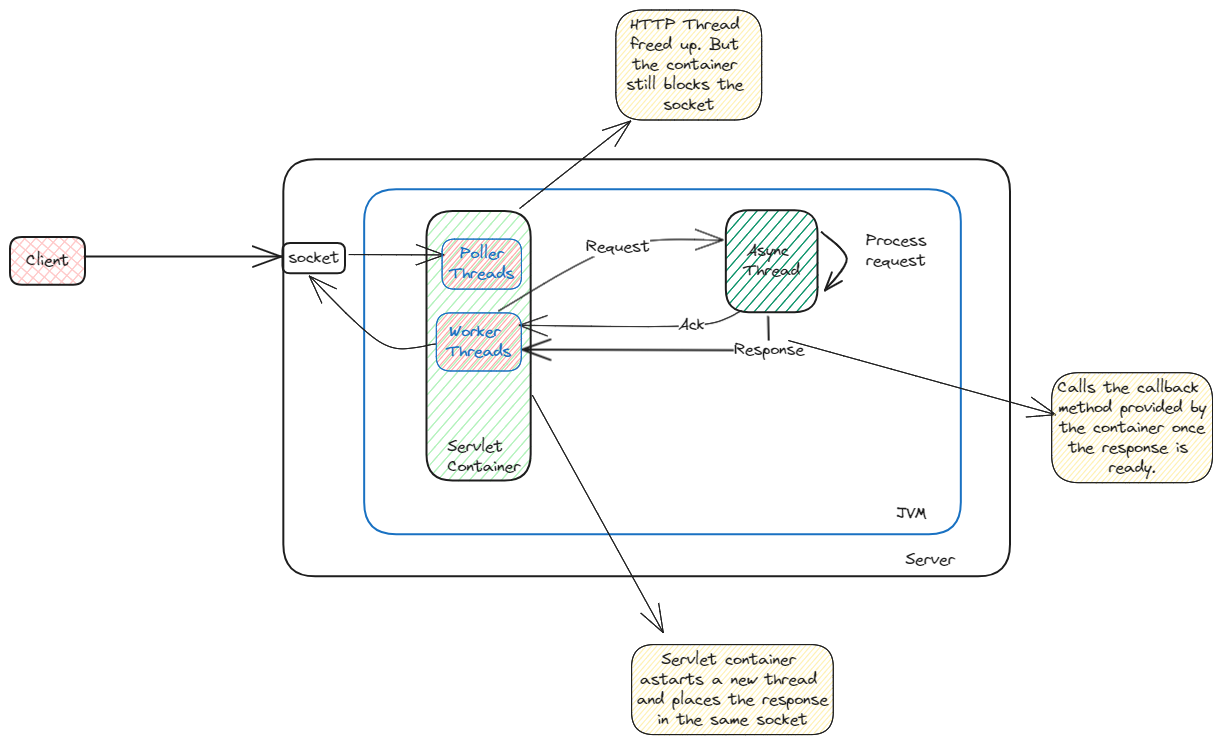
Above: static/img/async-http-servlets.excalidraw.png in swaroopar/inprogress-engineer (Excalidraw), before the change. Source tidied: one line per element, renumbered; positions are measured from the earlier drawing's top-left corner, leaving out a move shared by most shapes.
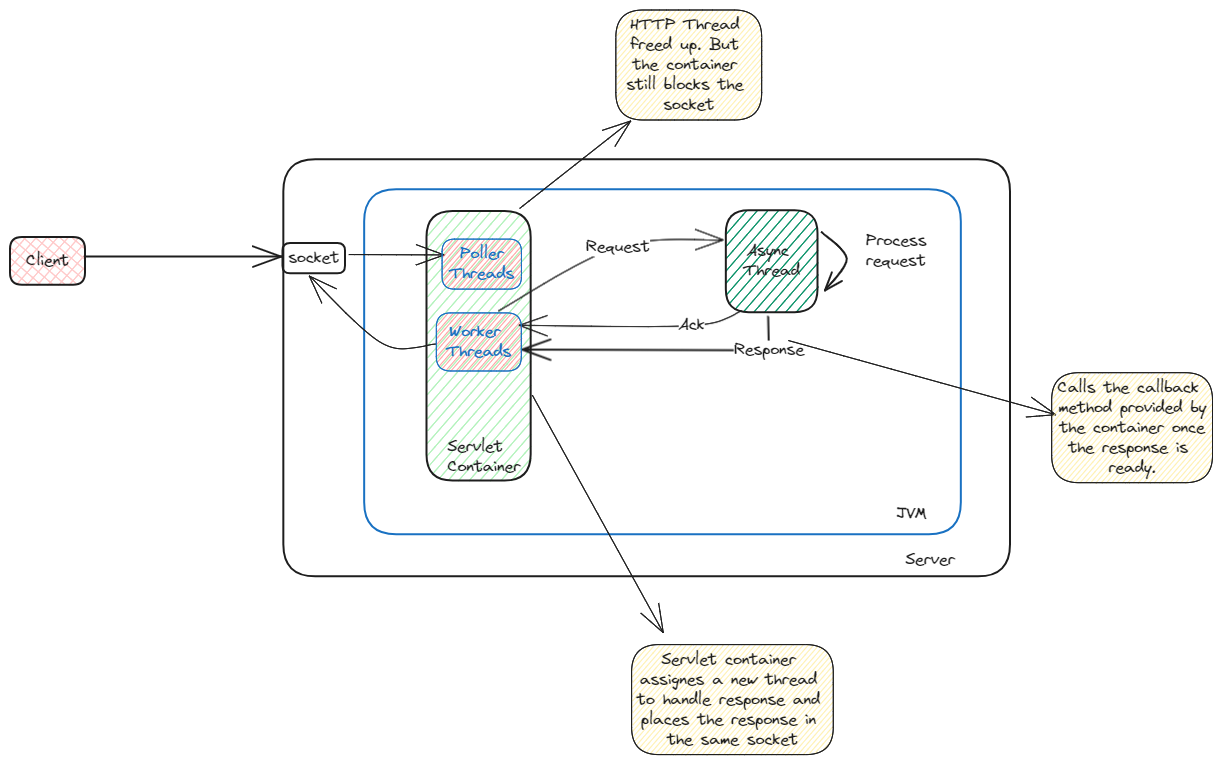
Above is the later version.

Change to the diagram source:
```diff
@@ -28,8 +28,8 @@
 {"id": 27, "type": "rectangle", "strokeColor": "#1e1e1e", "backgroundColor": "#ffec99", "fillStyle": "hachure", "strokeWidth": 1, "roughness": 0, "round": true, "x": 1042, "y": 363, "width": 161, "height": 110}
 {"id": 28, "type": "text", "text": "Calls the callback \nmethod provided by\nthe container once\nthe response is \nready.", "strokeColor": "#1e1e1e", "strokeWidth": 1, "roughness": 1, "fontSize": 16, "fontFamily": 1, "textAlign": "center", "verticalAlign": "middle", "inside": 27, "x": 1047, "y": 368, "width": 150, "height": 100}
 {"id": 29, "type": "arrow", "strokeColor": "#1e1e1e", "strokeWidth": 1, "roughness": 0, "endArrowhead": "arrow", "round": true, "from": 2, "to": 30, "x": 522, "y": 385, "width": 131, "height": 238, "points": [[0, 0], [131, 238]]}
-{"id": 30, "type": "rectangle", "strokeColor": "#1e1e1e", "backgroundColor": "#ffec99", "fillStyle": "hachure", "strokeWidth": 1, "roughness": 0, "round": true, "x": 622, "y": 635, "width": 202, "height": 90}
+{"id": 30, "type": "rectangle", "strokeColor": "#1e1e1e", "backgroundColor": "#ffec99", "fillStyle": "hachure", "strokeWidth": 1, "roughness": 0, "round": true, "x": 622, "y": 635, "width": 202, "height": 110}
-{"id": 31, "type": "text", "text": "Servlet container \nastarts a new thread \nand places the response\nin the same socket", "strokeColor": "#1e1e1e", "strokeWidth": 1, "roughness": 0, "fontSize": 16, "fontFamily": 1, "textAlign": "center", "verticalAlign": "middle", "inside": 30, "x": 627, "y": 640, "width": 191, "height": 80}
+{"id": 31, "type": "text", "text": "Servlet container \nassignes a new thread \nto handle response and \nplaces the response in \nthe same socket", "strokeColor": "#1e1e1e", "strokeWidth": 1, "roughness": 0, "fontSize": 16, "fontFamily": 1, "textAlign": "center", "verticalAlign": "middle", "inside": 30, "x": 627, "y": 640, "width": 191, "height": 100}
 {"id": 32, "type": "rectangle", "strokeColor": "#1971c2", "backgroundColor": "#ff8787", "fillStyle": "hachure", "strokeWidth": 1, "roughness": 0, "round": true, "x": 432, "y": 229, "width": 79, "height": 50}
 {"id": 33, "type": "text", "text": "Poller\nThreads", "strokeColor": "#1971c2", "backgroundColor": "#ff8787", "fillStyle": "hachure", "strokeWidth": 1, "roughness": 0, "fontSize": 16, "fontFamily": 1, "textAlign": "center", "verticalAlign": "middle", "inside": 32, "x": 439, "y": 234, "width": 65, "height": 40}
 {"id": 34, "type": "rectangle", "strokeColor": "#1971c2", "backgroundColor": "#ff8787", "fillStyle": "hachure", "strokeWidth": 1, "roughness": 0, "round": true, "x": 426, "y": 303, "width": 85, "height": 58}
```
